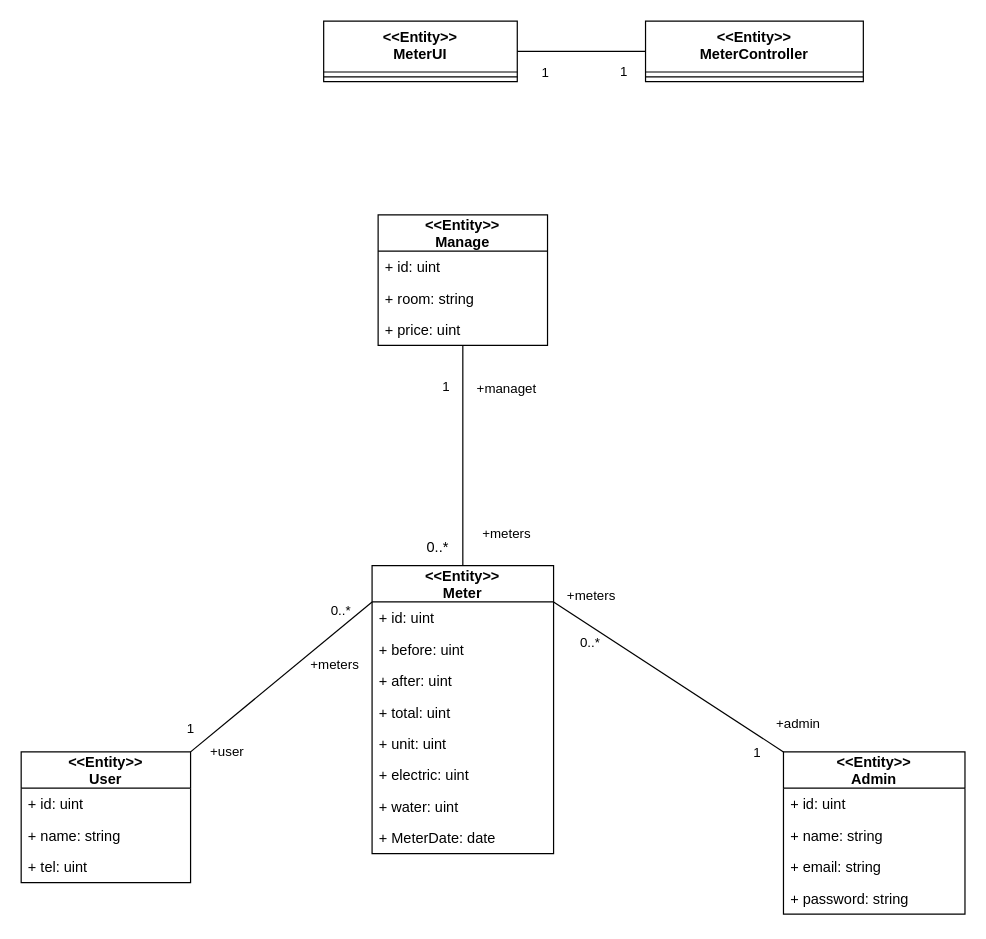
The draw.io diagram page "Classmeter" (7 of 19) of SE.drawio in nunpromporn/SE, before the edit. Source tidied: cells renumbered, new cells numbered last; positions are measured from the earlier drawing's top-left corner, leaving out a move shared by most shapes. Both pictures are drawn from the tidied source at 121%, with x=0, y=0 at pixel (21, 21).
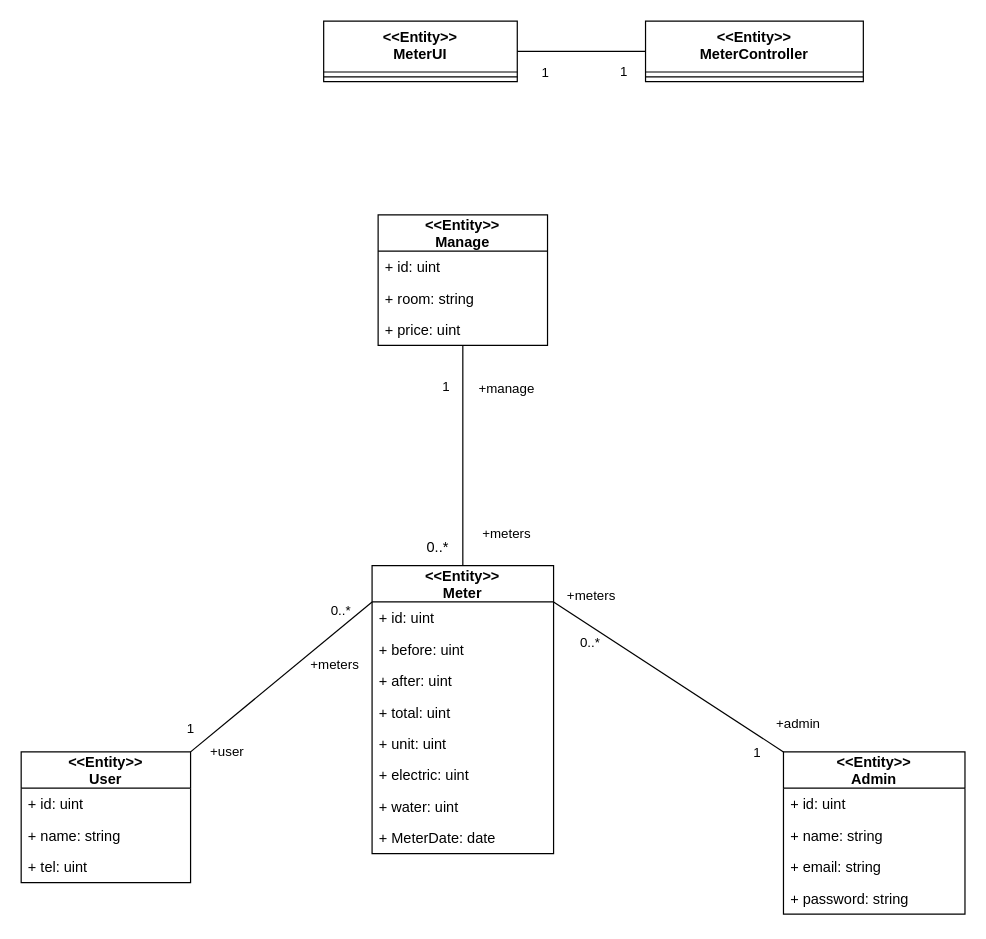
After the change.

Unchanged cells that the change refers to:
```xml
<mxCell id="37" style="html=1;endArrow=none;elbow=vertical;rounded=1;exitX=0.5;exitY=0;exitDx=0;exitDy=0;" parent="1" edge="1" source="10" target="45">
  <mxGeometry relative="1" as="geometry" />
</mxCell>
```

What changed in the source:
```diff
@@
-    <mxCell id="40" value="+managet" style="edgeLabel;html=1;align=center;verticalAlign=middle;" parent="37" vertex="1">
+    <mxCell id="40" value="+manage" style="edgeLabel;html=1;align=center;verticalAlign=middle;" parent="37" vertex="1">
       <mxGeometry x="0.62" y="1" relative="1" as="geometry">
         <mxPoint x="36" as="offset" />
       </mxGeometry>
     </mxCell>
```
